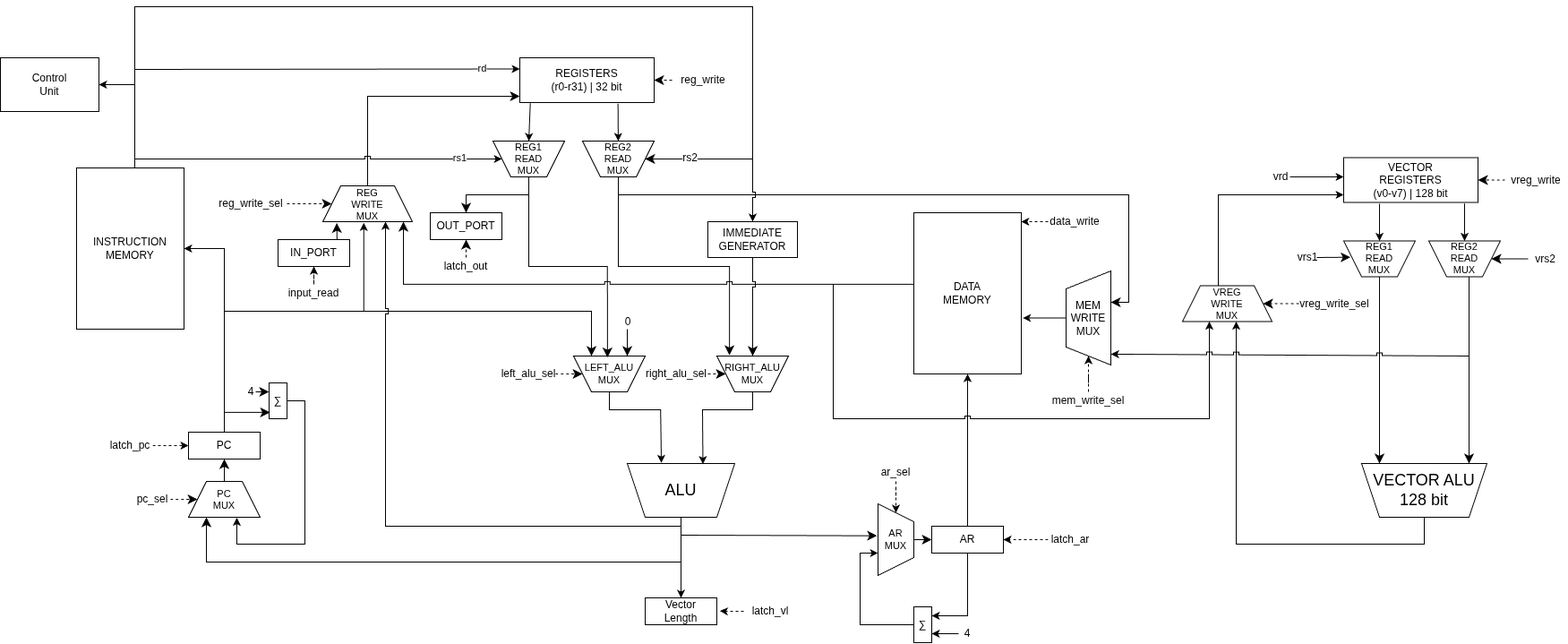
Above: datapath.png in IlyaGorelov/meow (draw.io), before the change. Source tidied: cells renumbered, new cells last; positions are measured from the earlier drawing's top-left corner, leaving out a move shared by most shapes.
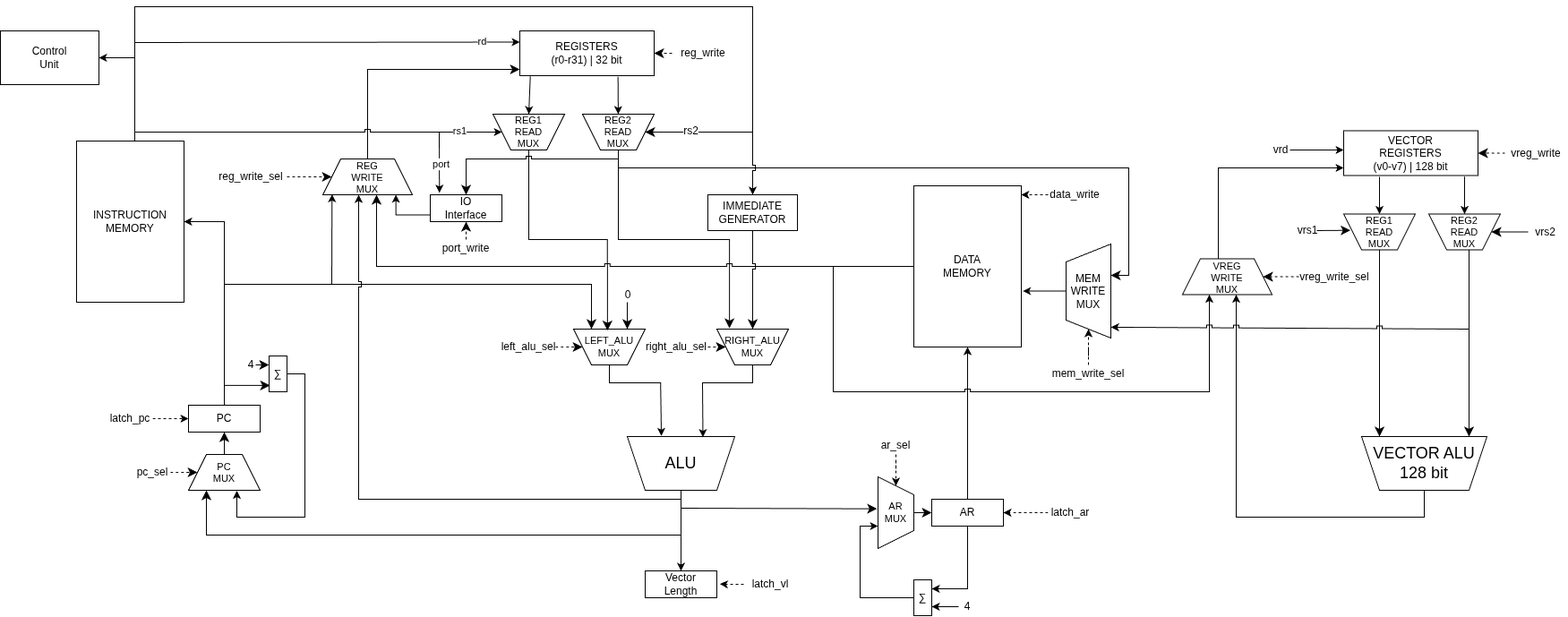
The same diagram one commit later.

Diff of the diagram source:
```diff
@@ -132,10 +132,10 @@
       </mxGeometry>
     </mxCell>
     <mxCell id="34" style="endArrow=classic;html=1;rounded=0;defaultLabelBackgroundColor=page;edgeStyle=orthogonalEdgeStyle;jumpStyle=sharp;" parent="1" edge="1" source="4" target="36">
-      <mxGeometry x="-0.02" relative="1" as="geometry">
+      <mxGeometry x="-0.06" relative="1" as="geometry">
         <Array as="points">
           <mxPoint x="760" y="580" />
-          <mxPoint x="430" y="580" />
+          <mxPoint x="400" y="580" />
         </Array>
       </mxGeometry>
     </mxCell>
@@ -150,9 +150,10 @@
       <mxGeometry x="360" y="200" width="100" height="40" as="geometry" />
     </mxCell>
     <mxCell id="37" style="endArrow=classic;html=1;rounded=0;fontSize=12;defaultLabelBackgroundColor=page;startSize=8;endSize=8;edgeStyle=orthogonalEdgeStyle;jumpStyle=sharp;exitX=0;exitY=0.444;exitDx=0;exitDy=0;exitPerimeter=0;" parent="1" edge="1" source="7" target="36">
-      <mxGeometry x="0.32" relative="1" as="geometry">
+      <mxGeometry x="0.26" relative="1" as="geometry">
         <Array as="points">
-          <mxPoint x="450" y="309.9" />
+          <mxPoint x="1020" y="320" />
+          <mxPoint x="420" y="320" />
         </Array>
       </mxGeometry>
     </mxCell>
@@ -193,28 +194,22 @@
     <mxCell id="48" value="pc_sel" style="text;html=1;whiteSpace=wrap;strokeColor=none;fillColor=none;align=center;verticalAlign=middle;rounded=0;" parent="1" vertex="1">
       <mxGeometry x="150" y="540" width="40" height="20" as="geometry" />
     </mxCell>
-    <mxCell id="49" value="IN_PORT" style="rounded=0;whiteSpace=wrap;html=1;" parent="1" vertex="1">
-      <mxGeometry x="310" y="260" width="80" height="30" as="geometry" />
-    </mxCell>
-    <mxCell id="50" style="rounded=0;jettySize=auto;html=1;fontSize=12;defaultLabelBackgroundColor=page;startSize=8;endSize=8;exitX=0.823;exitY=-0.01;exitDx=0;exitDy=0;entryX=0.156;entryY=1.036;entryDx=0;entryDy=0;exitPerimeter=0;entryPerimeter=0;" parent="1" edge="1" source="49" target="36">
-      <mxGeometry x="0.39" relative="1" as="geometry" />
-    </mxCell>
-    <mxCell id="51" value="OUT_PORT" style="rounded=0;whiteSpace=wrap;html=1;" parent="1" vertex="1">
-      <mxGeometry x="480" y="230" width="80" height="30" as="geometry" />
+    <mxCell id="51" value="IO&lt;div&gt;Interface&lt;/div&gt;" style="rounded=0;whiteSpace=wrap;html=1;" parent="1" vertex="1">
+      <mxGeometry x="480" y="240" width="80" height="30" as="geometry" />
     </mxCell>
-    <mxCell id="52" style="endArrow=classic;html=1;rounded=0;fontSize=12;defaultLabelBackgroundColor=page;startSize=8;endSize=8;curved=0;entryX=0.5;entryY=0;entryDx=0;entryDy=0;" parent="1" edge="1" target="51">
+    <mxCell id="52" style="endArrow=classic;html=1;rounded=0;fontSize=12;defaultLabelBackgroundColor=page;startSize=8;endSize=8;curved=0;entryX=0.5;entryY=0;entryDx=0;entryDy=0;jumpStyle=sharp;" parent="1" edge="1" target="51">
       <mxGeometry relative="1" as="geometry">
-        <mxPoint x="590" y="210" as="sourcePoint" />
+        <mxPoint x="690" y="200" as="sourcePoint" />
         <Array as="points">
-          <mxPoint x="520" y="210" />
+          <mxPoint x="520" y="200" />
         </Array>
       </mxGeometry>
     </mxCell>
     <mxCell id="53" style="edgeStyle=none;curved=1;rounded=0;curveGeometry=1;jettySize=auto;html=1;entryX=0.5;entryY=1;entryDx=0;entryDy=0;fontSize=12;defaultLabelBackgroundColor=page;startSize=8;endSize=8;dashed=1;" parent="1" edge="1" source="54" target="51">
       <mxGeometry relative="1" as="geometry" />
     </mxCell>
-    <mxCell id="54" value="latch_out" style="text;html=1;whiteSpace=wrap;strokeColor=none;fillColor=none;align=center;verticalAlign=middle;rounded=0;" parent="1" vertex="1">
-      <mxGeometry x="495" y="280" width="50" height="20" as="geometry" />
+    <mxCell id="54" value="port_write" style="text;html=1;whiteSpace=wrap;strokeColor=none;fillColor=none;align=center;verticalAlign=middle;rounded=0;" parent="1" vertex="1">
+      <mxGeometry x="495" y="290" width="50" height="20" as="geometry" />
     </mxCell>
     <mxCell id="55" style="edgeStyle=orthogonalEdgeStyle;rounded=0;jettySize=auto;html=1;entryX=1;entryY=0.5;entryDx=0;entryDy=0;defaultLabelBackgroundColor=page;" parent="1" edge="1" source="57" target="58">
       <mxGeometry relative="1" as="geometry">
@@ -226,8 +221,8 @@
     <mxCell id="56" style="edgeStyle=orthogonalEdgeStyle;rounded=0;jettySize=auto;html=1;entryX=0.5;entryY=0;entryDx=0;entryDy=0;defaultLabelBackgroundColor=page;jumpStyle=sharp;" parent="1" edge="1" source="57" target="30">
       <mxGeometry x="0.24" relative="1" as="geometry">
         <Array as="points">
-          <mxPoint x="150" />
-          <mxPoint x="840" />
+          <mxPoint x="150" y="30" />
+          <mxPoint x="840" y="30" />
         </Array>
       </mxGeometry>
     </mxCell>
@@ -271,15 +266,9 @@
     <mxCell id="66" value="latch_ar" style="text;html=1;whiteSpace=wrap;strokeColor=none;fillColor=none;align=center;verticalAlign=middle;rounded=0;" parent="1" vertex="1">
       <mxGeometry x="1170" y="585" width="50" height="20" as="geometry" />
     </mxCell>
-    <mxCell id="67" style="edgeStyle=orthogonalEdgeStyle;rounded=0;jettySize=auto;html=1;entryX=0.5;entryY=1;entryDx=0;entryDy=0;defaultLabelBackgroundColor=page;dashed=1;" parent="1" edge="1" source="68" target="49">
-      <mxGeometry relative="1" as="geometry" />
-    </mxCell>
-    <mxCell id="68" value="input_read" style="text;html=1;whiteSpace=wrap;strokeColor=none;fillColor=none;align=center;verticalAlign=middle;rounded=0;" parent="1" vertex="1">
-      <mxGeometry x="310" y="310" width="80" height="20" as="geometry" />
-    </mxCell>
-    <mxCell id="69" style="endArrow=classic;html=1;rounded=0;defaultLabelBackgroundColor=page;entryX=0.457;entryY=1.033;entryDx=0;entryDy=0;entryPerimeter=0;" parent="1" edge="1" target="36">
+    <mxCell id="69" style="endArrow=classic;html=1;rounded=0;defaultLabelBackgroundColor=page;entryX=0.103;entryY=0.987;entryDx=0;entryDy=0;entryPerimeter=0;" parent="1" edge="1" target="36">
       <mxGeometry relative="1" as="geometry">
-        <mxPoint x="405.7" y="340" as="sourcePoint" />
+        <mxPoint x="370" y="340" as="sourcePoint" />
       </mxGeometry>
     </mxCell>
     <mxCell id="70" value="VECTOR ALU&lt;div&gt;128 bit&lt;/div&gt;" style="shape=trapezoid;perimeter=trapezoidPerimeter;whiteSpace=wrap;html=1;shapeInside=1;fixedSize=1;fontSize=18;direction=west;rounded=0;" parent="1" vertex="1">
@@ -362,8 +351,8 @@
       <mxGeometry relative="1" as="geometry" />
     </mxCell>
     <mxCell id="89" style="endArrow=classic;html=1;rounded=0;defaultLabelBackgroundColor=page;edgeStyle=orthogonalEdgeStyle;jumpStyle=sharp;" parent="1" edge="1" target="86">
-      <mxGeometry x="0.42" relative="1" as="geometry">
-        <mxPoint x="930" y="310" as="sourcePoint" />
+      <mxGeometry x="0.41" relative="1" as="geometry">
+        <mxPoint x="930" y="320" as="sourcePoint" />
         <Array as="points">
           <mxPoint x="930" y="460" />
           <mxPoint x="1350" y="460" />
@@ -462,5 +451,16 @@
     <mxCell id="112" value="ar_sel" style="text;html=1;whiteSpace=wrap;strokeColor=none;fillColor=none;align=center;verticalAlign=middle;rounded=0;" parent="1" vertex="1">
       <mxGeometry x="975" y="510" width="50" height="20" as="geometry" />
     </mxCell>
+    <mxCell id="113" style="endArrow=classic;html=1;rounded=0;defaultLabelBackgroundColor=page;labelPadding=0 4;entryX=0.128;entryY=-0.072;entryDx=0;entryDy=0;entryPerimeter=0;" parent="1" edge="1" target="51">
+      <mxGeometry relative="1" as="geometry">
+        <mxPoint x="490" y="170" as="sourcePoint" />
+      </mxGeometry>
+    </mxCell>
+    <mxCell id="114" value="port" style="edgeLabel;html=1;align=center;verticalAlign=middle;inheritText=1;defaultLabelBackgroundColor=page;labelPadding=0 4;" parent="113" vertex="1">
+      <mxGeometry x="0.05" y="1" relative="1" as="geometry" />
+    </mxCell>
+    <mxCell id="115" style="endArrow=classic;html=1;rounded=0;defaultLabelBackgroundColor=page;labelPadding=0 4;entryX=0.816;entryY=0.998;entryDx=0;entryDy=0;entryPerimeter=0;exitX=0;exitY=0.75;exitDx=0;exitDy=0;edgeStyle=orthogonalEdgeStyle;" parent="1" edge="1" source="51" target="36">
+      <mxGeometry relative="1" as="geometry" />
+    </mxCell>
   </root>
 </mxGraphModel>
```
